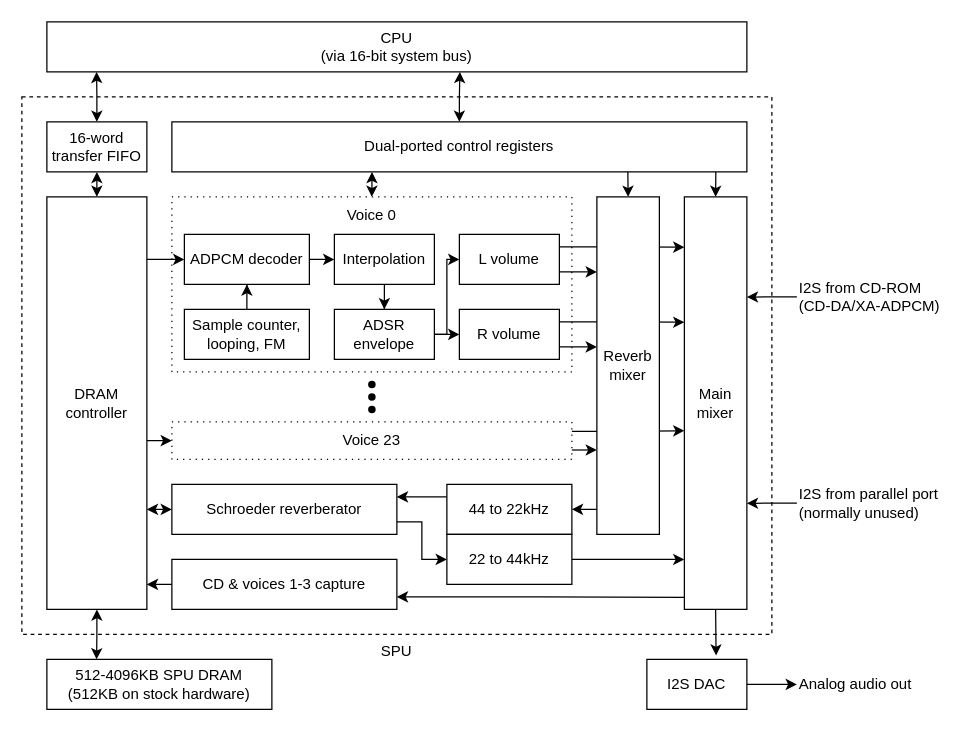
Before: page "spu" (5 of 7) of tools/diagrams/ps1-blocks.drawio in psx-spx/psx-spx.github.io, a draw.io diagram. Source tidied: cells renumbered, new cells numbered last; positions are measured from the earlier drawing's top-left corner, leaving out a move shared by most shapes. Both pictures are drawn from the tidied source at 125%, with x=0, y=0 at pixel (21, 21).
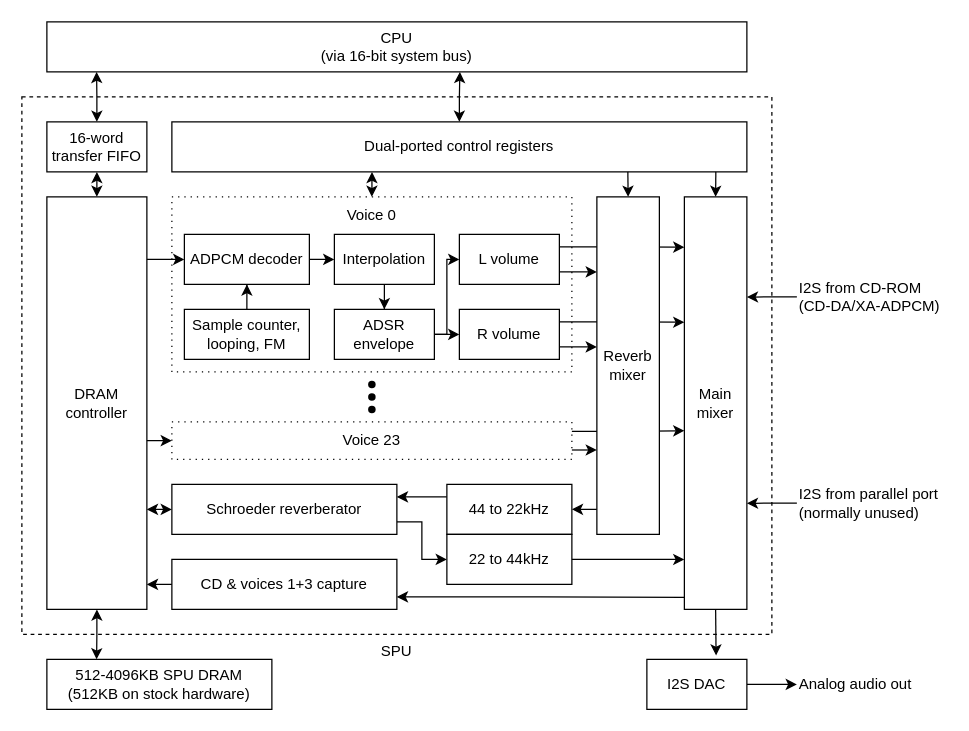
The same page after the edit.

Commit message (it also covers changes not shown here):
Block diagrams: fix the SPU capture voices and the decoder's EDC/ECC, add the 573 digital I/O board

Change to the diagram source:
```diff
@@
-    <mxCell id="40" value="CD &amp;amp; voices 1-3 capture" style="rounded=0;whiteSpace=wrap;html=1;" parent="1" vertex="1">
+    <mxCell id="40" value="CD &amp;amp; voices 1+3 capture" style="rounded=0;whiteSpace=wrap;html=1;" parent="1" vertex="1">
       <mxGeometry x="120" y="430" width="180" height="40" as="geometry" />
     </mxCell>
```
